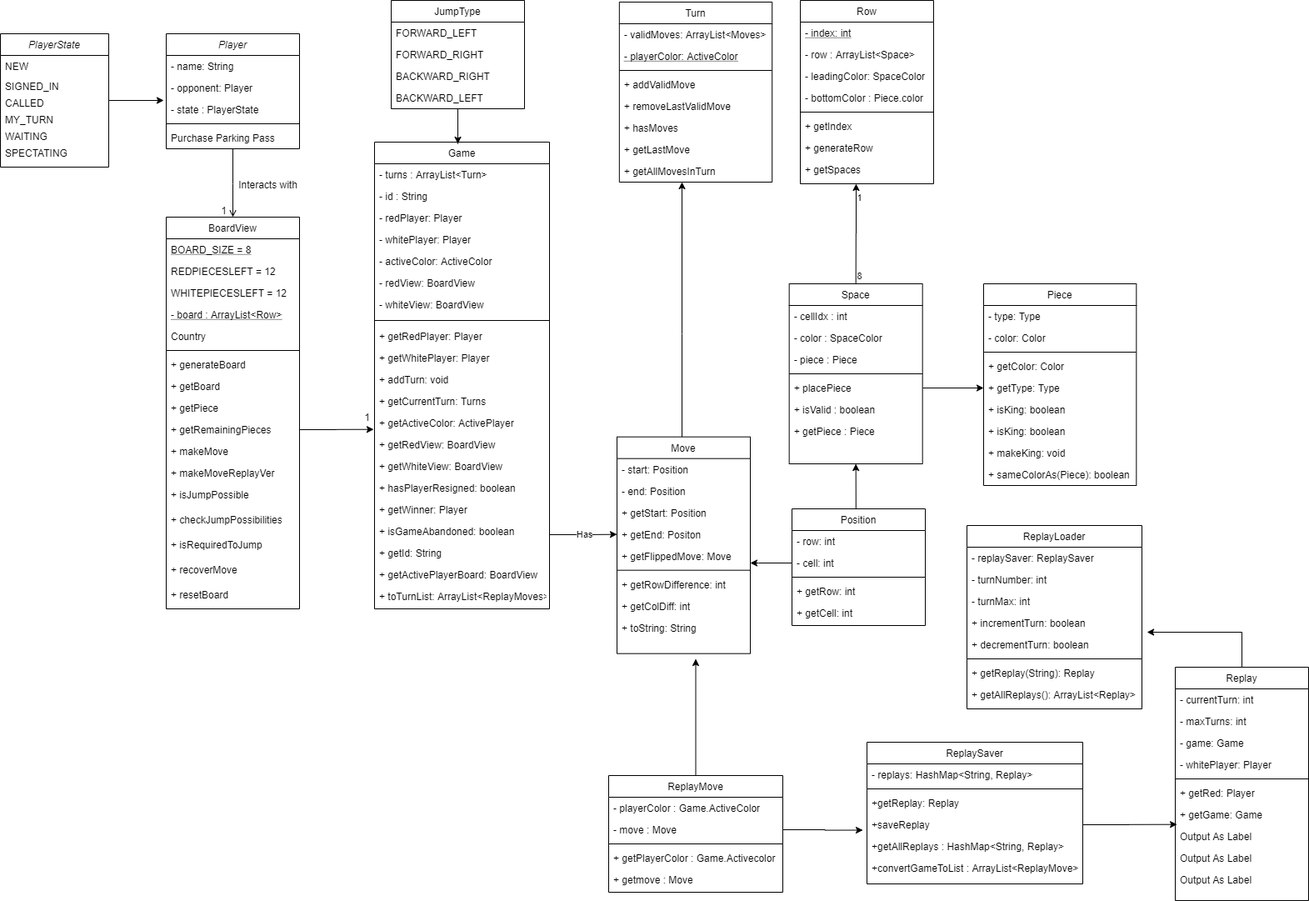
The draw.io diagram docs/ModelDiagram.png in quynhnnduong/Multi-User-Checkers-Game, before a commit. Source tidied: cells renumbered, new cells last; positions are measured from the earlier drawing's top-left corner, leaving out a move shared by most shapes.
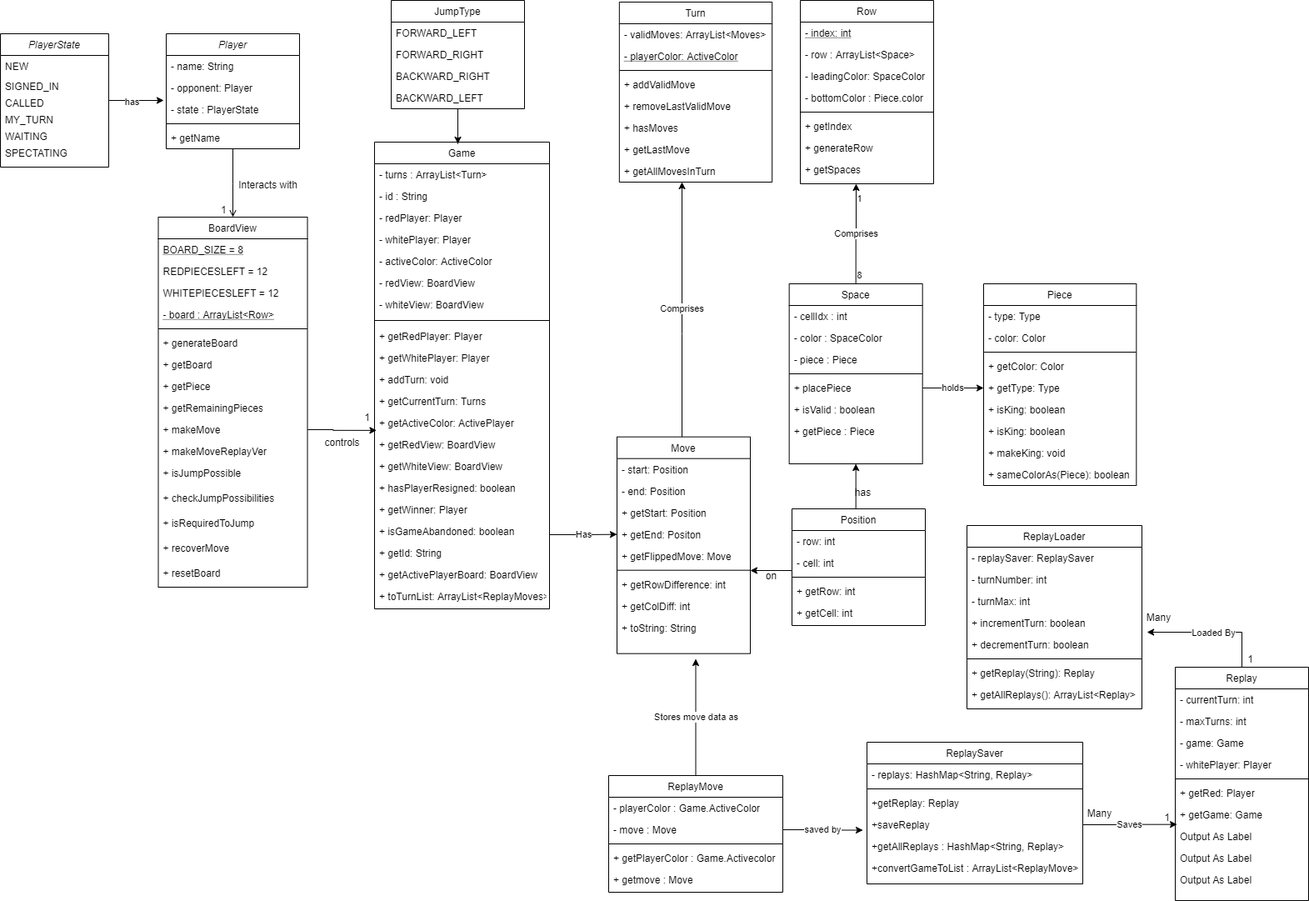
The same diagram one commit later.

The edit, as a diff of the source:
```diff
@@ -17,62 +17,59 @@
     <mxCell id="6" style="line;html=1;strokeWidth=1;align=left;verticalAlign=middle;spacingTop=-1;spacingLeft=3;spacingRight=3;labelPosition=right;" parent="2" vertex="1">
       <mxGeometry y="104" width="160" height="8" as="geometry" />
     </mxCell>
-    <mxCell id="7" value="Purchase Parking Pass" style="text;align=left;verticalAlign=top;spacingLeft=4;spacingRight=4;overflow=hidden;" parent="2" vertex="1">
-      <mxGeometry y="112" width="160" height="26" as="geometry" />
-    </mxCell>
+    <mxCell id="166" value="+ getName" style="text;align=left;verticalAlign=top;spacingLeft=4;spacingRight=4;overflow=hidden;rounded=0;shadow=0;html=0;" parent="2" vertex="1">
+      <mxGeometry y="112" width="160" height="26" as="geometry" />
+    </mxCell>
     <mxCell id="8" value="BoardView" style="swimlane;fontStyle=0;align=center;verticalAlign=top;horizontal=1;startSize=26;rounded=0;shadow=0;strokeWidth=1;" parent="1" vertex="1">
-      <mxGeometry x="199" y="260" width="160" height="470" as="geometry" />
+      <mxGeometry x="189.5" y="260" width="179" height="444" as="geometry" />
     </mxCell>
     <mxCell id="9" value="BOARD_SIZE = 8" style="text;align=left;verticalAlign=top;spacingLeft=4;spacingRight=4;overflow=hidden;fontStyle=4;" parent="8" vertex="1">
-      <mxGeometry y="26" width="160" height="26" as="geometry" />
+      <mxGeometry y="26" width="179" height="26" as="geometry" />
     </mxCell>
     <mxCell id="10" value="REDPIECESLEFT = 12" style="text;align=left;verticalAlign=top;spacingLeft=4;spacingRight=4;overflow=hidden;rounded=0;shadow=0;html=0;" parent="8" vertex="1">
-      <mxGeometry y="52" width="160" height="26" as="geometry" />
+      <mxGeometry y="52" width="179" height="26" as="geometry" />
     </mxCell>
     <mxCell id="11" value="WHITEPIECESLEFT = 12" style="text;align=left;verticalAlign=top;spacingLeft=4;spacingRight=4;overflow=hidden;rounded=0;shadow=0;html=0;" parent="8" vertex="1">
-      <mxGeometry y="78" width="160" height="26" as="geometry" />
+      <mxGeometry y="78" width="179" height="26" as="geometry" />
     </mxCell>
     <mxCell id="12" value="- board : ArrayList&lt;Row&gt;" style="text;align=left;verticalAlign=top;spacingLeft=4;spacingRight=4;overflow=hidden;rounded=0;shadow=0;html=0;fontStyle=4;" parent="8" vertex="1">
-      <mxGeometry y="104" width="160" height="26" as="geometry" />
+      <mxGeometry y="104" width="179" height="26" as="geometry" />
     </mxCell>
-    <mxCell id="13" value="Country" style="text;align=left;verticalAlign=top;spacingLeft=4;spacingRight=4;overflow=hidden;rounded=0;shadow=0;html=0;" parent="8" vertex="1">
-      <mxGeometry y="130" width="160" height="26" as="geometry" />
-    </mxCell>
     <mxCell id="14" style="line;html=1;strokeWidth=1;align=left;verticalAlign=middle;spacingTop=-1;spacingLeft=3;spacingRight=3;labelPosition=right;" parent="8" vertex="1">
-      <mxGeometry y="156" width="160" height="8" as="geometry" />
+      <mxGeometry y="130" width="179" height="8" as="geometry" />
     </mxCell>
     <mxCell id="15" value="+ generateBoard" style="text;align=left;verticalAlign=top;spacingLeft=4;spacingRight=4;overflow=hidden;" parent="8" vertex="1">
-      <mxGeometry y="164" width="160" height="26" as="geometry" />
+      <mxGeometry y="138" width="179" height="26" as="geometry" />
     </mxCell>
     <mxCell id="16" value="+ getBoard&#10;" style="text;align=left;verticalAlign=top;spacingLeft=4;spacingRight=4;overflow=hidden;" parent="8" vertex="1">
-      <mxGeometry y="190" width="160" height="26" as="geometry" />
+      <mxGeometry y="164" width="179" height="26" as="geometry" />
     </mxCell>
     <mxCell id="17" value="+ getPiece&#10;" style="text;align=left;verticalAlign=top;spacingLeft=4;spacingRight=4;overflow=hidden;" parent="8" vertex="1">
-      <mxGeometry y="216" width="160" height="26" as="geometry" />
+      <mxGeometry y="190" width="179" height="26" as="geometry" />
     </mxCell>
     <mxCell id="18" value="+ getRemainingPieces" style="text;align=left;verticalAlign=top;spacingLeft=4;spacingRight=4;overflow=hidden;points=[[0,0.5],[1,0.5]];portConstraint=eastwest;" parent="8" vertex="1">
-      <mxGeometry y="242" width="160" height="26" as="geometry" />
+      <mxGeometry y="216" width="179" height="26" as="geometry" />
     </mxCell>
     <mxCell id="19" value="+ makeMove" style="text;align=left;verticalAlign=top;spacingLeft=4;spacingRight=4;overflow=hidden;points=[[0,0.5],[1,0.5]];portConstraint=eastwest;" parent="8" vertex="1">
-      <mxGeometry y="268" width="160" height="26" as="geometry" />
+      <mxGeometry y="242" width="179" height="26" as="geometry" />
     </mxCell>
     <mxCell id="20" value="+ makeMoveReplayVer" style="text;align=left;verticalAlign=top;spacingLeft=4;spacingRight=4;overflow=hidden;" parent="8" vertex="1">
-      <mxGeometry y="294" width="160" height="26" as="geometry" />
+      <mxGeometry y="268" width="179" height="26" as="geometry" />
     </mxCell>
     <mxCell id="21" value="+ isJumpPossible" style="text;align=left;verticalAlign=top;spacingLeft=4;spacingRight=4;overflow=hidden;" parent="8" vertex="1">
-      <mxGeometry y="320" width="160" height="30" as="geometry" />
+      <mxGeometry y="294" width="179" height="30" as="geometry" />
     </mxCell>
     <mxCell id="22" value="+ checkJumpPossibilities" style="text;align=left;verticalAlign=top;spacingLeft=4;spacingRight=4;overflow=hidden;" parent="8" vertex="1">
-      <mxGeometry y="350" width="160" height="30" as="geometry" />
+      <mxGeometry y="324" width="179" height="30" as="geometry" />
     </mxCell>
     <mxCell id="23" value="+ isRequiredToJump" style="text;align=left;verticalAlign=top;spacingLeft=4;spacingRight=4;overflow=hidden;" parent="8" vertex="1">
-      <mxGeometry y="380" width="160" height="30" as="geometry" />
+      <mxGeometry y="354" width="179" height="30" as="geometry" />
     </mxCell>
     <mxCell id="24" value="+ recoverMove" style="text;align=left;verticalAlign=top;spacingLeft=4;spacingRight=4;overflow=hidden;" parent="8" vertex="1">
-      <mxGeometry y="410" width="160" height="30" as="geometry" />
+      <mxGeometry y="384" width="179" height="30" as="geometry" />
     </mxCell>
     <mxCell id="25" value="+ resetBoard" style="text;align=left;verticalAlign=top;spacingLeft=4;spacingRight=4;overflow=hidden;" parent="8" vertex="1">
-      <mxGeometry y="440" width="160" height="30" as="geometry" />
+      <mxGeometry y="414" width="179" height="30" as="geometry" />
     </mxCell>
     <mxCell id="26" style="endArrow=open;shadow=0;strokeWidth=1;rounded=0;endFill=1;edgeStyle=elbowEdgeStyle;elbow=vertical;" parent="1" edge="1" source="2" target="8">
       <mxGeometry x="0.5" y="41" relative="1" as="geometry">
@@ -94,6 +91,9 @@
         <mxPoint x="196" y="120" as="targetPoint" />
       </mxGeometry>
     </mxCell>
+    <mxCell id="167" value="has" style="edgeLabel;html=1;align=center;verticalAlign=middle;" parent="29" vertex="1">
+      <mxGeometry x="-0.19" y="-1" relative="1" as="geometry" />
+    </mxCell>
     <mxCell id="30" value="PlayerState" style="swimlane;fontStyle=2;align=center;verticalAlign=top;horizontal=1;startSize=26;rounded=0;shadow=0;strokeWidth=1;" parent="1" vertex="1">
       <mxGeometry y="40" width="130" height="160" as="geometry" />
     </mxCell>
@@ -184,7 +184,7 @@
     <mxCell id="59" value="+ toTurnList: ArrayList&lt;ReplayMoves&gt;" style="text;align=left;verticalAlign=top;spacingLeft=4;spacingRight=4;overflow=hidden;" parent="38" vertex="1">
       <mxGeometry y="532" width="210" height="26" as="geometry" />
     </mxCell>
-    <mxCell id="60" style="edgeStyle=orthogonalEdgeStyle;rounded=0;jettySize=auto;html=1;" parent="1" edge="1" source="61" target="151">
+    <mxCell id="60" value="Comprises" style="edgeStyle=orthogonalEdgeStyle;rounded=0;jettySize=auto;html=1;" parent="1" edge="1" source="61" target="151">
       <mxGeometry relative="1" as="geometry">
         <Array as="points">
           <mxPoint x="818" y="400" />
@@ -259,6 +259,13 @@
         </Array>
       </mxGeometry>
     </mxCell>
+    <mxCell id="168" style="edgeStyle=orthogonalEdgeStyle;rounded=0;jettySize=auto;html=1;exitX=0;exitY=0.5;exitDx=0;exitDy=0;" parent="1" edge="1" source="82" target="67">
+      <mxGeometry relative="1" as="geometry">
+        <Array as="points">
+          <mxPoint x="950" y="684" />
+        </Array>
+      </mxGeometry>
+    </mxCell>
     <mxCell id="82" value="Position" style="swimlane;fontStyle=0;align=center;verticalAlign=top;horizontal=1;startSize=26;rounded=0;shadow=0;strokeWidth=1;" parent="1" vertex="1">
       <mxGeometry x="950" y="610" width="160" height="140" as="geometry" />
     </mxCell>
@@ -280,6 +287,9 @@
     <mxCell id="88" style="edgeStyle=orthogonalEdgeStyle;rounded=0;jettySize=auto;html=1;exitX=0.5;exitY=0;exitDx=0;exitDy=0;entryX=1.029;entryY=0.923;entryDx=0;entryDy=0;entryPerimeter=0;" parent="1" edge="1" source="89" target="104">
       <mxGeometry relative="1" as="geometry" />
     </mxCell>
+    <mxCell id="169" value="Loaded By" style="edgeLabel;html=1;align=center;verticalAlign=middle;" parent="88" vertex="1">
+      <mxGeometry x="-0.01" relative="1" as="geometry" />
+    </mxCell>
     <mxCell id="89" value="Replay" style="swimlane;fontStyle=0;align=center;verticalAlign=top;horizontal=1;startSize=26;rounded=0;shadow=0;strokeWidth=1;" parent="1" vertex="1">
       <mxGeometry x="1410" y="800" width="160" height="280" as="geometry" />
     </mxCell>
@@ -340,7 +350,7 @@
     <mxCell id="108" value="+ getAllReplays(): ArrayList&lt;Replay&gt;" style="text;align=left;verticalAlign=top;spacingLeft=4;spacingRight=4;overflow=hidden;" parent="100" vertex="1">
       <mxGeometry y="190" width="210" height="26" as="geometry" />
     </mxCell>
-    <mxCell id="109" style="edgeStyle=orthogonalEdgeStyle;rounded=0;jettySize=auto;html=1;" parent="1" edge="1" source="110">
+    <mxCell id="109" value="Stores move data as" style="edgeStyle=orthogonalEdgeStyle;rounded=0;jettySize=auto;html=1;" parent="1" edge="1" source="110">
       <mxGeometry relative="1" as="geometry">
         <mxPoint x="834.5" y="790" as="targetPoint" />
       </mxGeometry>
@@ -411,7 +421,7 @@
     <mxCell id="131" value="+ getSpaces" style="text;align=left;verticalAlign=top;spacingLeft=4;spacingRight=4;overflow=hidden;" parent="123" vertex="1">
       <mxGeometry y="190" width="160" height="26" as="geometry" />
     </mxCell>
-    <mxCell id="132" style="edgeStyle=orthogonalEdgeStyle;rounded=0;jettySize=auto;html=1;exitX=0.5;exitY=0;exitDx=0;exitDy=0;" parent="1" edge="1" source="135">
+    <mxCell id="132" value="Comprises" style="edgeStyle=orthogonalEdgeStyle;rounded=0;jettySize=auto;html=1;exitX=0.5;exitY=0;exitDx=0;exitDy=0;" parent="1" edge="1" source="135">
       <mxGeometry relative="1" as="geometry">
         <mxPoint x="1027" y="220" as="targetPoint" />
       </mxGeometry>
@@ -492,7 +502,7 @@
     <mxCell id="156" value="BACKWARD_LEFT" style="text;align=left;verticalAlign=top;spacingLeft=4;spacingRight=4;overflow=hidden;points=[[0,0.5],[1,0.5]];portConstraint=eastwest;rounded=0;shadow=0;html=0;" parent="152" vertex="1">
       <mxGeometry y="104" width="160" height="26" as="geometry" />
     </mxCell>
-    <mxCell id="157" style="edgeStyle=orthogonalEdgeStyle;rounded=0;jettySize=auto;html=1;exitX=1;exitY=0.5;exitDx=0;exitDy=0;entryX=-0.019;entryY=-0.25;entryDx=0;entryDy=0;entryPerimeter=0;" parent="1" edge="1" source="112" target="121">
+    <mxCell id="157" value="saved by" style="edgeStyle=orthogonalEdgeStyle;rounded=0;jettySize=auto;html=1;exitX=1;exitY=0.5;exitDx=0;exitDy=0;entryX=-0.019;entryY=-0.25;entryDx=0;entryDy=0;entryPerimeter=0;" parent="1" edge="1" source="112" target="121">
       <mxGeometry relative="1" as="geometry" />
     </mxCell>
     <mxCell id="158" style="edgeStyle=orthogonalEdgeStyle;rounded=0;jettySize=auto;html=1;" parent="1" edge="1" source="156">
@@ -503,9 +513,6 @@
         </Array>
       </mxGeometry>
     </mxCell>
-    <mxCell id="159" style="edgeStyle=orthogonalEdgeStyle;rounded=0;jettySize=auto;html=1;entryX=-0.005;entryY=-0.203;entryDx=0;entryDy=0;entryPerimeter=0;" parent="1" edge="1" source="18" target="52">
-      <mxGeometry relative="1" as="geometry" />
-    </mxCell>
     <mxCell id="160" style="edgeStyle=orthogonalEdgeStyle;rounded=0;jettySize=auto;html=1;exitX=1;exitY=0.5;exitDx=0;exitDy=0;entryX=0;entryY=0.5;entryDx=0;entryDy=0;" parent="1" edge="1" source="56" target="65">
       <mxGeometry relative="1" as="geometry">
         <Array as="points">
@@ -522,19 +529,35 @@
     <mxCell id="162" value="1" style="text;html=1;align=center;verticalAlign=middle;points=[];" parent="1" vertex="1">
       <mxGeometry x="430" y="490" width="20" height="20" as="geometry" />
     </mxCell>
-    <mxCell id="163" style="edgeStyle=orthogonalEdgeStyle;rounded=0;jettySize=auto;html=1;exitX=0;exitY=0.5;exitDx=0;exitDy=0;" parent="1" edge="1" source="84" target="66">
-      <mxGeometry relative="1" as="geometry">
-        <Array as="points">
-          <mxPoint x="910" y="675" />
-          <mxPoint x="910" y="675" />
-        </Array>
-      </mxGeometry>
-    </mxCell>
-    <mxCell id="164" style="edgeStyle=orthogonalEdgeStyle;rounded=0;jettySize=auto;html=1;entryX=0;entryY=0.5;entryDx=0;entryDy=0;" parent="1" edge="1" source="140" target="76">
+    <mxCell id="164" value="holds" style="edgeStyle=orthogonalEdgeStyle;rounded=0;jettySize=auto;html=1;entryX=0;entryY=0.5;entryDx=0;entryDy=0;" parent="1" edge="1" source="140" target="76">
       <mxGeometry relative="1" as="geometry" />
     </mxCell>
-    <mxCell id="165" style="edgeStyle=orthogonalEdgeStyle;rounded=0;jettySize=auto;html=1;entryX=0.013;entryY=-0.051;entryDx=0;entryDy=0;entryPerimeter=0;" parent="1" edge="1" source="120" target="97">
+    <mxCell id="165" value="Saves" style="edgeStyle=orthogonalEdgeStyle;rounded=0;jettySize=auto;html=1;entryX=0.013;entryY=-0.051;entryDx=0;entryDy=0;entryPerimeter=0;" parent="1" edge="1" source="120" target="97">
       <mxGeometry relative="1" as="geometry" />
     </mxCell>
+    <mxCell id="170" style="edgeStyle=orthogonalEdgeStyle;rounded=0;jettySize=auto;html=1;exitX=1;exitY=0.5;exitDx=0;exitDy=0;entryX=1.071;entryY=1.293;entryDx=0;entryDy=0;entryPerimeter=0;" parent="1" edge="1" source="19" target="162">
+      <mxGeometry relative="1" as="geometry" />
+    </mxCell>
+    <mxCell id="171" value="has" style="text;html=1;align=center;verticalAlign=middle;" parent="1" vertex="1">
+      <mxGeometry x="1020" y="580" width="30" height="20" as="geometry" />
+    </mxCell>
+    <mxCell id="172" value="Many" style="text;html=1;align=center;verticalAlign=middle;rotation=0;" parent="1" vertex="1">
+      <mxGeometry x="1299" y="965" width="40" height="20" as="geometry" />
+    </mxCell>
+    <mxCell id="173" value="on" style="text;html=1;align=center;verticalAlign=middle;" parent="1" vertex="1">
+      <mxGeometry x="910" y="680" width="30" height="20" as="geometry" />
+    </mxCell>
+    <mxCell id="174" value="1" style="text;html=1;align=center;verticalAlign=middle;" parent="1" vertex="1">
+      <mxGeometry x="1390" y="970" width="20" height="20" as="geometry" />
+    </mxCell>
+    <mxCell id="175" value="controls" style="text;html=1;align=center;verticalAlign=middle;" parent="1" vertex="1">
+      <mxGeometry x="380" y="520" width="60" height="20" as="geometry" />
+    </mxCell>
+    <mxCell id="176" value="1" style="text;html=1;align=center;verticalAlign=middle;" parent="1" vertex="1">
+      <mxGeometry x="1490" y="780" width="20" height="20" as="geometry" />
+    </mxCell>
+    <mxCell id="177" value="Many" style="text;html=1;align=center;verticalAlign=middle;" parent="1" vertex="1">
+      <mxGeometry x="1370" y="730" width="40" height="20" as="geometry" />
+    </mxCell>
   </root>
 </mxGraphModel>
```
